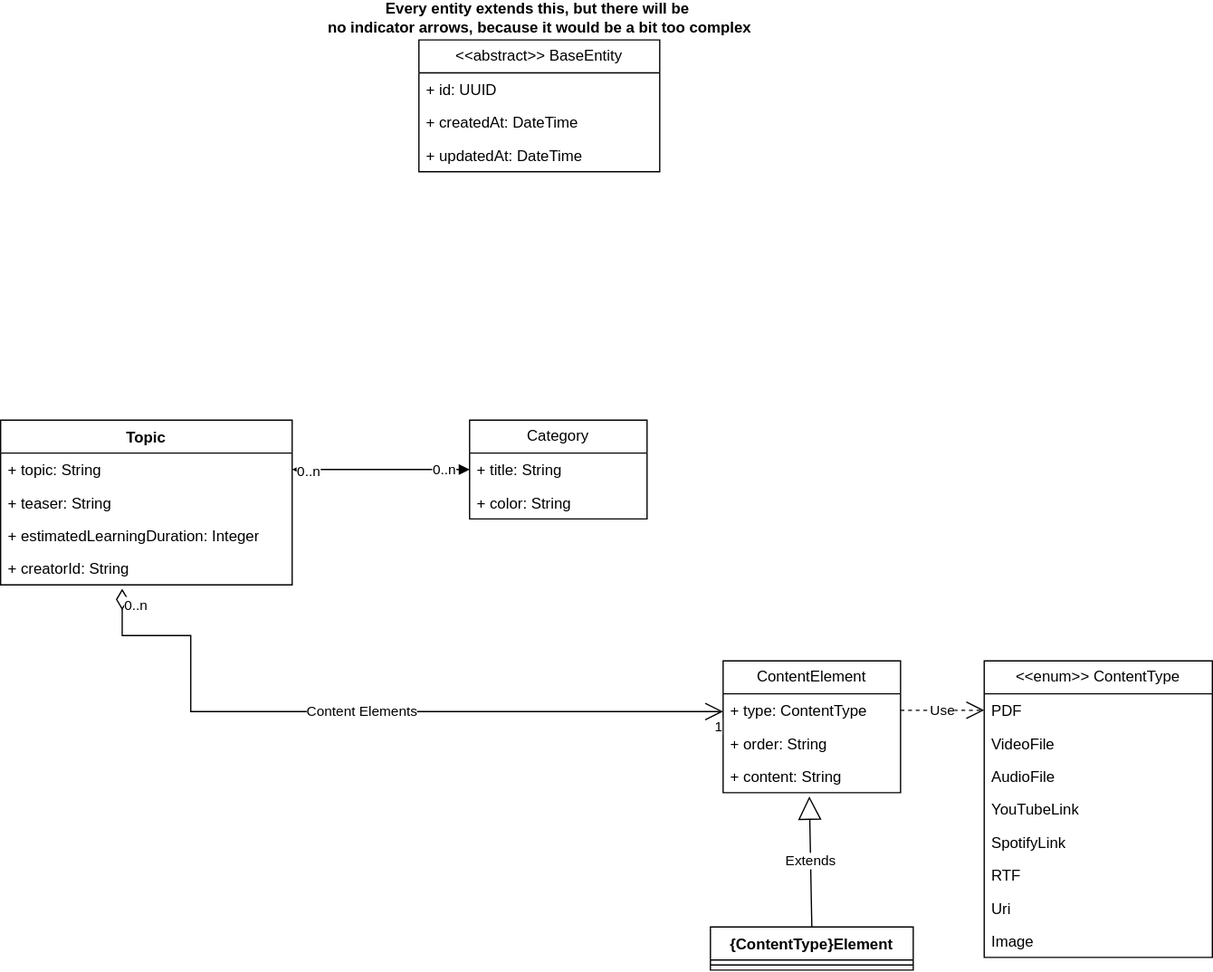
The draw.io diagram docs/data-model/diagram.svg in thi-projekte/lernplattform, before a commit. Source tidied: cells renumbered, new cells last; positions are measured from the earlier drawing's top-left corner, leaving out a move shared by most shapes. Source of this version:
```xml
<mxGraphModel>
  <root>
    <mxCell id="0" />
    <mxCell id="1" parent="0" />
    <mxCell id="2" value="Topic" style="swimlane;fontStyle=1;align=center;verticalAlign=top;horizontal=1;startSize=26;whiteSpace=wrap;html=1;" parent="1" vertex="1">
      <mxGeometry y="330" width="230" height="130" as="geometry" />
    </mxCell>
    <mxCell id="3" value="+ topic: String" style="text;strokeColor=none;fillColor=none;align=left;verticalAlign=top;spacingLeft=4;spacingRight=4;overflow=hidden;points=[[0,0.5],[1,0.5]];portConstraint=eastwest;whiteSpace=wrap;html=1;" parent="2" vertex="1">
      <mxGeometry y="26" width="230" height="26" as="geometry" />
    </mxCell>
    <mxCell id="4" value="+ teaser: String" style="text;strokeColor=none;fillColor=none;align=left;verticalAlign=top;spacingLeft=4;spacingRight=4;overflow=hidden;whiteSpace=wrap;html=1;" parent="2" vertex="1">
      <mxGeometry y="52" width="230" height="26" as="geometry" />
    </mxCell>
    <mxCell id="5" value="+ estimatedLearningDuration: Integer" style="text;strokeColor=none;fillColor=none;align=left;verticalAlign=top;spacingLeft=4;spacingRight=4;overflow=hidden;whiteSpace=wrap;html=1;" parent="2" vertex="1">
      <mxGeometry y="78" width="230" height="26" as="geometry" />
    </mxCell>
    <mxCell id="6" value="+ creatorId: String" style="text;strokeColor=none;fillColor=none;align=left;verticalAlign=top;spacingLeft=4;spacingRight=4;overflow=hidden;points=[[0,0.5],[1,0.5]];portConstraint=eastwest;whiteSpace=wrap;html=1;" parent="2" vertex="1">
      <mxGeometry y="104" width="230" height="26" as="geometry" />
    </mxCell>
    <mxCell id="7" value="&amp;lt;&amp;lt;abstract&amp;gt;&amp;gt; BaseEntity" style="swimlane;fontStyle=0;horizontal=1;startSize=26;fillColor=none;whiteSpace=wrap;html=1;" parent="1" vertex="1">
      <mxGeometry x="330" y="30" width="190" height="104" as="geometry" />
    </mxCell>
    <mxCell id="8" value="+ id: UUID" style="text;strokeColor=none;fillColor=none;align=left;verticalAlign=top;spacingLeft=4;spacingRight=4;overflow=hidden;whiteSpace=wrap;html=1;" parent="7" vertex="1">
      <mxGeometry y="26" width="190" height="26" as="geometry" />
    </mxCell>
    <mxCell id="9" value="+ createdAt: DateTime" style="text;strokeColor=none;fillColor=none;align=left;verticalAlign=top;spacingLeft=4;spacingRight=4;overflow=hidden;whiteSpace=wrap;html=1;" parent="7" vertex="1">
      <mxGeometry y="52" width="190" height="26" as="geometry" />
    </mxCell>
    <mxCell id="10" value="+ updatedAt: DateTime" style="text;strokeColor=none;fillColor=none;align=left;verticalAlign=top;spacingLeft=4;spacingRight=4;overflow=hidden;whiteSpace=wrap;html=1;" parent="7" vertex="1">
      <mxGeometry y="78" width="190" height="26" as="geometry" />
    </mxCell>
    <mxCell id="11" value="Category" style="swimlane;fontStyle=0;horizontal=1;startSize=26;fillColor=none;whiteSpace=wrap;html=1;" parent="1" vertex="1">
      <mxGeometry x="370" y="330" width="140" height="78" as="geometry" />
    </mxCell>
    <mxCell id="12" value="+ title: String" style="text;strokeColor=none;fillColor=none;align=left;verticalAlign=top;spacingLeft=4;spacingRight=4;overflow=hidden;points=[[0,0.5],[1,0.5]];portConstraint=eastwest;whiteSpace=wrap;html=1;" parent="11" vertex="1">
      <mxGeometry y="26" width="140" height="26" as="geometry" />
    </mxCell>
    <mxCell id="13" value="+ color: String" style="text;strokeColor=none;fillColor=none;align=left;verticalAlign=top;spacingLeft=4;spacingRight=4;overflow=hidden;whiteSpace=wrap;html=1;" parent="11" vertex="1">
      <mxGeometry y="52" width="140" height="26" as="geometry" />
    </mxCell>
    <mxCell id="14" value="ContentElement" style="swimlane;fontStyle=0;horizontal=1;startSize=26;fillColor=none;whiteSpace=wrap;html=1;" parent="1" vertex="1">
      <mxGeometry x="570" y="520" width="140" height="104" as="geometry" />
    </mxCell>
    <mxCell id="15" value="+ type: ContentType" style="text;strokeColor=none;fillColor=none;align=left;verticalAlign=top;spacingLeft=4;spacingRight=4;overflow=hidden;points=[[0,0.5],[1,0.5]];portConstraint=eastwest;whiteSpace=wrap;html=1;" parent="14" vertex="1">
      <mxGeometry y="26" width="140" height="26" as="geometry" />
    </mxCell>
    <mxCell id="16" value="+ order: String" style="text;strokeColor=none;fillColor=none;align=left;verticalAlign=top;spacingLeft=4;spacingRight=4;overflow=hidden;points=[[0,0.5],[1,0.5]];portConstraint=eastwest;whiteSpace=wrap;html=1;" parent="14" vertex="1">
      <mxGeometry y="52" width="140" height="26" as="geometry" />
    </mxCell>
    <mxCell id="17" value="+ content: String" style="text;strokeColor=none;fillColor=none;align=left;verticalAlign=top;spacingLeft=4;spacingRight=4;overflow=hidden;points=[[0,0.5],[1,0.5]];portConstraint=eastwest;whiteSpace=wrap;html=1;" parent="14" vertex="1">
      <mxGeometry y="78" width="140" height="26" as="geometry" />
    </mxCell>
    <mxCell id="18" value="&amp;lt;&amp;lt;enum&amp;gt;&amp;gt; ContentType" style="swimlane;fontStyle=0;horizontal=1;startSize=26;fillColor=none;whiteSpace=wrap;html=1;" parent="1" vertex="1">
      <mxGeometry x="776" y="520" width="180" height="234" as="geometry" />
    </mxCell>
    <mxCell id="19" value="PDF" style="text;strokeColor=none;fillColor=none;align=left;verticalAlign=top;spacingLeft=4;spacingRight=4;overflow=hidden;points=[[0,0.5],[1,0.5]];portConstraint=eastwest;whiteSpace=wrap;html=1;" parent="18" vertex="1">
      <mxGeometry y="26" width="180" height="26" as="geometry" />
    </mxCell>
    <mxCell id="20" value="VideoFile" style="text;strokeColor=none;fillColor=none;align=left;verticalAlign=top;spacingLeft=4;spacingRight=4;overflow=hidden;whiteSpace=wrap;html=1;" parent="18" vertex="1">
      <mxGeometry y="52" width="180" height="26" as="geometry" />
    </mxCell>
    <mxCell id="21" value="AudioFile" style="text;strokeColor=none;fillColor=none;align=left;verticalAlign=top;spacingLeft=4;spacingRight=4;overflow=hidden;whiteSpace=wrap;html=1;" parent="18" vertex="1">
      <mxGeometry y="78" width="180" height="26" as="geometry" />
    </mxCell>
    <mxCell id="22" value="YouTubeLink" style="text;strokeColor=none;fillColor=none;align=left;verticalAlign=top;spacingLeft=4;spacingRight=4;overflow=hidden;whiteSpace=wrap;html=1;" parent="18" vertex="1">
      <mxGeometry y="104" width="180" height="26" as="geometry" />
    </mxCell>
    <mxCell id="23" value="SpotifyLink" style="text;strokeColor=none;fillColor=none;align=left;verticalAlign=top;spacingLeft=4;spacingRight=4;overflow=hidden;whiteSpace=wrap;html=1;" parent="18" vertex="1">
      <mxGeometry y="130" width="180" height="26" as="geometry" />
    </mxCell>
    <mxCell id="24" value="RTF" style="text;strokeColor=none;fillColor=none;align=left;verticalAlign=top;spacingLeft=4;spacingRight=4;overflow=hidden;whiteSpace=wrap;html=1;" parent="18" vertex="1">
      <mxGeometry y="156" width="180" height="26" as="geometry" />
    </mxCell>
    <mxCell id="25" value="Uri" style="text;strokeColor=none;fillColor=none;align=left;verticalAlign=top;spacingLeft=4;spacingRight=4;overflow=hidden;whiteSpace=wrap;html=1;" parent="18" vertex="1">
      <mxGeometry y="182" width="180" height="26" as="geometry" />
    </mxCell>
    <mxCell id="26" value="Image" style="text;strokeColor=none;fillColor=none;align=left;verticalAlign=top;spacingLeft=4;spacingRight=4;overflow=hidden;whiteSpace=wrap;html=1;" parent="18" vertex="1">
      <mxGeometry y="208" width="180" height="26" as="geometry" />
    </mxCell>
    <mxCell id="27" value="Use" style="endArrow=open;endSize=12;dashed=1;html=1;rounded=0;entryX=0;entryY=0.5;entryDx=0;entryDy=0;exitX=1;exitY=0.5;exitDx=0;exitDy=0;" parent="1" edge="1" source="15" target="19">
      <mxGeometry relative="1" as="geometry" />
    </mxCell>
    <mxCell id="28" value="Content Elements" style="endArrow=open;html=1;endSize=12;startArrow=diamondThin;startSize=14;startFill=0;edgeStyle=orthogonalEdgeStyle;rounded=0;exitX=0.417;exitY=1.115;exitDx=0;exitDy=0;exitPerimeter=0;entryX=0;entryY=0.5;entryDx=0;entryDy=0;" parent="1" edge="1" source="6" target="15">
      <mxGeometry relative="1" as="geometry">
        <Array as="points">
          <mxPoint x="146" y="500" />
          <mxPoint x="150" y="500" />
          <mxPoint x="150" y="560" />
          <mxPoint x="330" y="560" />
        </Array>
      </mxGeometry>
    </mxCell>
    <mxCell id="29" value="0..n" style="edgeLabel;html=1;align=left;verticalAlign=top;" parent="28" vertex="1">
      <mxGeometry x="-1" relative="1" as="geometry" />
    </mxCell>
    <mxCell id="30" value="1" style="edgeLabel;html=1;align=right;verticalAlign=top;" parent="28" vertex="1">
      <mxGeometry x="1" relative="1" as="geometry" />
    </mxCell>
    <mxCell id="31" value="{ContentType}Element" style="swimlane;fontStyle=1;align=center;verticalAlign=top;horizontal=1;startSize=26;whiteSpace=wrap;html=1;" parent="1" vertex="1">
      <mxGeometry x="560" y="730" width="160" height="34" as="geometry" />
    </mxCell>
    <mxCell id="32" style="line;strokeWidth=1;fillColor=none;align=left;verticalAlign=middle;spacingTop=-1;spacingLeft=3;spacingRight=3;labelPosition=right;strokeColor=inherit;" parent="31" vertex="1">
      <mxGeometry y="26" width="160" height="8" as="geometry" />
    </mxCell>
    <mxCell id="33" value="Every entity extends this, but there will be&amp;nbsp;&lt;div&gt;no indicator arrows, because it would be a bit too complex&lt;/div&gt;" style="text;align=center;fontStyle=1;verticalAlign=middle;spacingLeft=3;spacingRight=3;strokeColor=none;html=1;" parent="1" vertex="1">
      <mxGeometry x="385" width="80" height="26" as="geometry" />
    </mxCell>
    <mxCell id="34" value="Extends" style="endArrow=block;endSize=16;endFill=0;html=1;rounded=0;entryX=0.486;entryY=1.112;entryDx=0;entryDy=0;entryPerimeter=0;exitX=0.5;exitY=0;exitDx=0;exitDy=0;" parent="1" edge="1" source="31" target="17">
      <mxGeometry relative="1" as="geometry" />
    </mxCell>
    <mxCell id="35" style="endArrow=block;startArrow=block;endFill=1;startFill=1;html=1;rounded=0;exitX=1;exitY=0.5;exitDx=0;exitDy=0;entryX=0;entryY=0.5;entryDx=0;entryDy=0;" parent="1" edge="1" source="3" target="12">
      <mxGeometry relative="1" as="geometry" />
    </mxCell>
    <mxCell id="36" value="0..n" style="edgeLabel;html=1;align=center;verticalAlign=middle;" parent="35" vertex="1">
      <mxGeometry x="-0.82" y="-2" relative="1" as="geometry" />
    </mxCell>
    <mxCell id="37" value="0..n" style="edgeLabel;html=1;align=center;verticalAlign=middle;" parent="35" vertex="1">
      <mxGeometry x="0.71" relative="1" as="geometry" />
    </mxCell>
  </root>
</mxGraphModel>
```
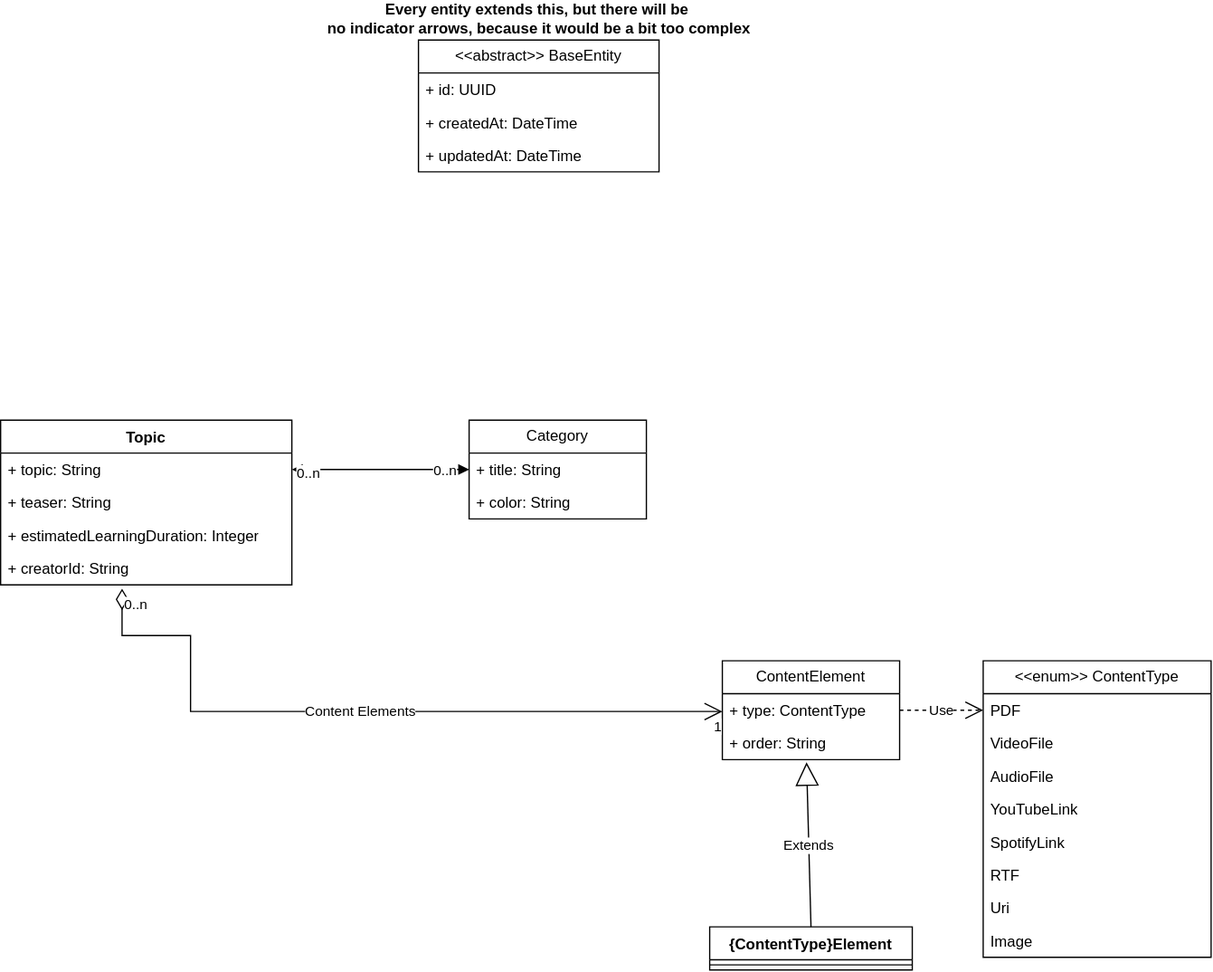
After the change.

Commit message:
feat(docs): Made generalization pattern more extendable

Diff of the diagram source:
```diff
@@ -39,7 +39,7 @@
       <mxGeometry y="52" width="140" height="26" as="geometry" />
     </mxCell>
     <mxCell id="14" value="ContentElement" style="swimlane;fontStyle=0;horizontal=1;startSize=26;fillColor=none;whiteSpace=wrap;html=1;" parent="1" vertex="1">
-      <mxGeometry x="570" y="520" width="140" height="104" as="geometry" />
+      <mxGeometry x="570" y="520" width="140" height="78" as="geometry" />
     </mxCell>
     <mxCell id="15" value="+ type: ContentType" style="text;strokeColor=none;fillColor=none;align=left;verticalAlign=top;spacingLeft=4;spacingRight=4;overflow=hidden;points=[[0,0.5],[1,0.5]];portConstraint=eastwest;whiteSpace=wrap;html=1;" parent="14" vertex="1">
       <mxGeometry y="26" width="140" height="26" as="geometry" />
@@ -47,9 +47,6 @@
     <mxCell id="16" value="+ order: String" style="text;strokeColor=none;fillColor=none;align=left;verticalAlign=top;spacingLeft=4;spacingRight=4;overflow=hidden;points=[[0,0.5],[1,0.5]];portConstraint=eastwest;whiteSpace=wrap;html=1;" parent="14" vertex="1">
       <mxGeometry y="52" width="140" height="26" as="geometry" />
     </mxCell>
-    <mxCell id="17" value="+ content: String" style="text;strokeColor=none;fillColor=none;align=left;verticalAlign=top;spacingLeft=4;spacingRight=4;overflow=hidden;points=[[0,0.5],[1,0.5]];portConstraint=eastwest;whiteSpace=wrap;html=1;" parent="14" vertex="1">
-      <mxGeometry y="78" width="140" height="26" as="geometry" />
-    </mxCell>
     <mxCell id="18" value="&amp;lt;&amp;lt;enum&amp;gt;&amp;gt; ContentType" style="swimlane;fontStyle=0;horizontal=1;startSize=26;fillColor=none;whiteSpace=wrap;html=1;" parent="1" vertex="1">
       <mxGeometry x="776" y="520" width="180" height="234" as="geometry" />
     </mxCell>
@@ -105,7 +102,7 @@
     <mxCell id="33" value="Every entity extends this, but there will be&amp;nbsp;&lt;div&gt;no indicator arrows, because it would be a bit too complex&lt;/div&gt;" style="text;align=center;fontStyle=1;verticalAlign=middle;spacingLeft=3;spacingRight=3;strokeColor=none;html=1;" parent="1" vertex="1">
       <mxGeometry x="385" width="80" height="26" as="geometry" />
     </mxCell>
-    <mxCell id="34" value="Extends" style="endArrow=block;endSize=16;endFill=0;html=1;rounded=0;entryX=0.486;entryY=1.112;entryDx=0;entryDy=0;entryPerimeter=0;exitX=0.5;exitY=0;exitDx=0;exitDy=0;" parent="1" edge="1" source="31" target="17">
+    <mxCell id="34" value="Extends" style="endArrow=block;endSize=16;endFill=0;html=1;rounded=0;entryX=0.475;entryY=1.081;entryDx=0;entryDy=0;entryPerimeter=0;exitX=0.5;exitY=0;exitDx=0;exitDy=0;" parent="1" edge="1" source="31" target="16">
       <mxGeometry relative="1" as="geometry" />
     </mxCell>
     <mxCell id="35" style="endArrow=block;startArrow=block;endFill=1;startFill=1;html=1;rounded=0;exitX=1;exitY=0.5;exitDx=0;exitDy=0;entryX=0;entryY=0.5;entryDx=0;entryDy=0;" parent="1" edge="1" source="3" target="12">
```
